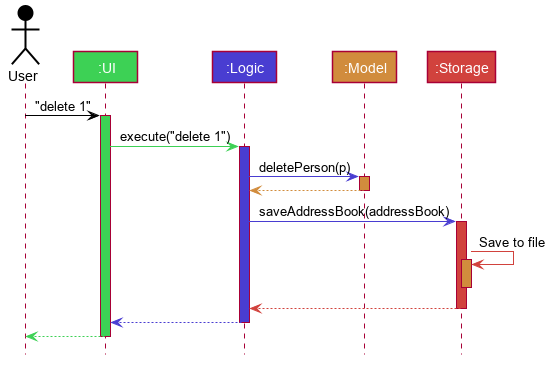
Before: docs/images/architecture-sequence-diagram.png, a diagram exported from PlantUML (se-edu/addressbook-level4).
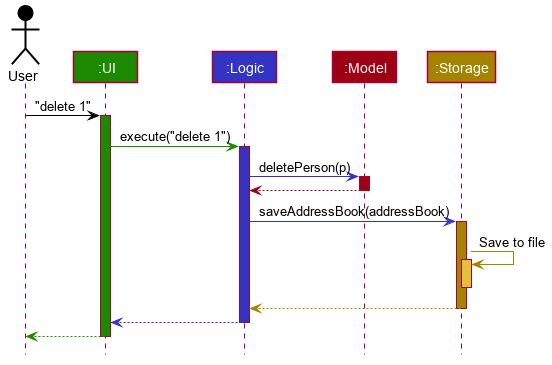
Above is the later version.

Change to the diagram source:
```diff
@@ -12,9 +12,10 @@
 skinparam Shadowing false
 
 skinparam Class {
-    FontColor White
-    BorderThickness 0
+    FontColor #FFFFFF
+    BorderThickness 1
     BorderColor #FFFFFF
+    StereotypeFontColor #FFFFFF
 }
 
 skinparam Actor {
@@ -22,14 +23,12 @@
     Color #000000
 }
 
-
 skinparam Sequence {
     MessageAlign center
     BoxFontSize 15
     BoxPadding 0
     BoxFontColor #FFFFFF
 }
-
 
 skinparam Participant {
     FontColor #FFFFFFF
@@ -40,41 +39,43 @@
 skinparam ParticipantPadding 10
 skinparam Shadowing false
 skinparam DefaultTextAlignment center
+skinparam packageStyle Rectangle
 
 hide footbox
 hide members
+hide circle
 
 Actor User as user #000000
-Participant ":UI" as ui #3DD155
-Participant ":Logic" as logic #493DD1
-Participant ":Model" as model #D18C3D
-Participant ":Storage" as storage #D1423D
+Participant ":UI" as ui #1D8900
+Participant ":Logic" as logic #3333C4
+Participant ":Model" as model #9D0012
+Participant ":Storage" as storage #A38300
 
 user -[#000000]> ui : "delete 1"
-activate ui #3DD155
+activate ui #1D8900
 
-ui -[#3DD155]> logic : execute("delete 1")
-activate logic #493DD1
+ui -[#1D8900]> logic : execute("delete 1")
+activate logic #3333C4
 
-logic -[#493DD1]> model : deletePerson(p)
-activate model #D18C3D
+logic -[#3333C4]> model : deletePerson(p)
+activate model #9D0012
 
-model -[#D18C3D]-> logic
+model -[#9D0012]-> logic
 deactivate model
 
-logic -[#493DD1]> storage : saveAddressBook(addressBook)
-activate storage #D1423D
+logic -[#3333C4]> storage : saveAddressBook(addressBook)
+activate storage #A38300
 
-storage -[#D1423D]> storage : Save to file
-activate storage #D18C3D
+storage -[#A38300]> storage : Save to file
+activate storage #E2C038
 deactivate storage
 
-storage --[#D1423D]> logic
+storage --[#A38300]> logic
 deactivate storage
 
-logic --[#493DD1]> ui
+logic --[#3333C4]> ui
 deactivate logic
 
-ui--[#3DD155]> user
+ui--[#1D8900]> user
 deactivate ui
 @enduml
```
